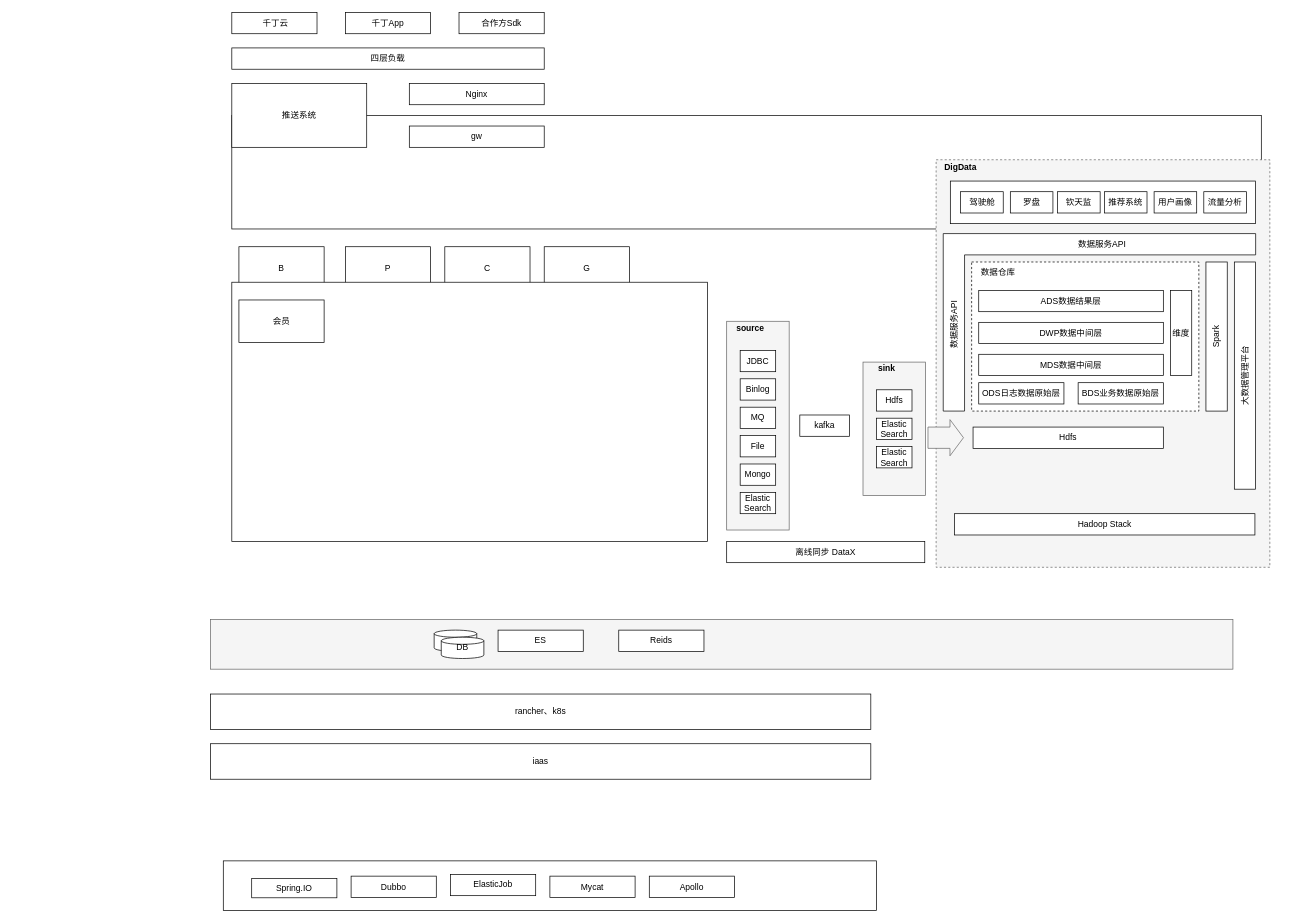
The draw.io diagram Untitled Diagram.drawio in polaris16/drawio, before the edit. Source tidied: cells renumbered, new cells numbered last; positions are measured from the earlier drawing's top-left corner, leaving out a move shared by most shapes. Both pictures are drawn from the tidied source at 71%, with x=0, y=0 at pixel (210, 12).
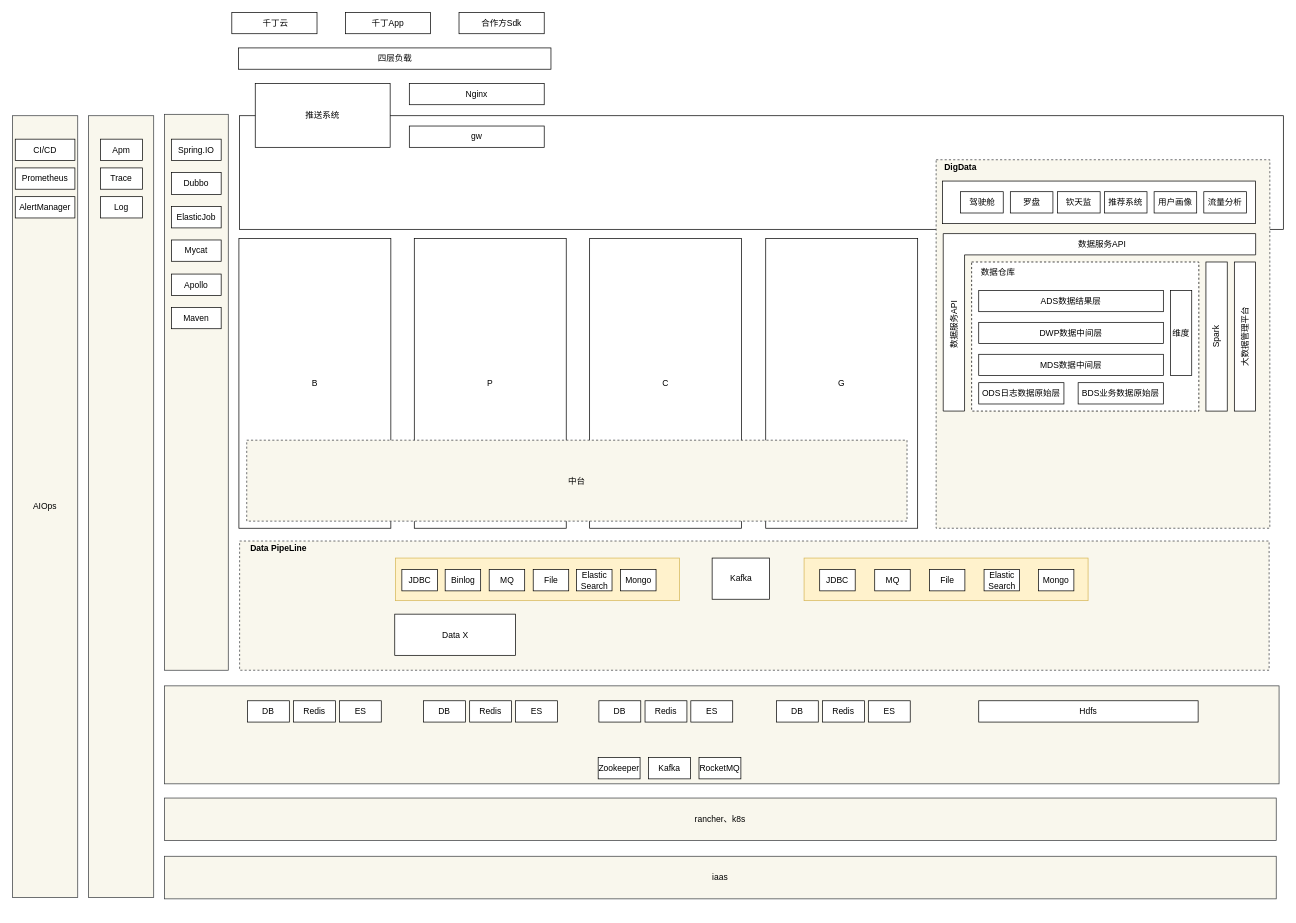
Above is the later version.

What changed in the source:
```diff
@@
-    <mxCell id="2" style="rounded=0;whiteSpace=wrap;html=1;fillColor=#f5f5f5;strokeColor=#666666;fontColor=#333333;" parent="1" vertex="1">
-      <mxGeometry x="727" y="435" width="88" height="294" as="geometry" />
-    </mxCell>
+    <mxCell id="69" style="rounded=0;whiteSpace=wrap;html=1;dashed=1;fillColor=#f9f7ed;strokeColor=#36393d;" parent="1" vertex="1">
+      <mxGeometry x="41" y="744.5" width="1450" height="182" as="geometry" />
+    </mxCell>
-    <mxCell id="3" style="rounded=0;whiteSpace=wrap;html=1;fillColor=#f5f5f5;strokeColor=#666666;fontColor=#333333;" parent="1" vertex="1">
-      <mxGeometry y="855" width="1440" height="70" as="geometry" />
+    <mxCell id="3" style="rounded=0;whiteSpace=wrap;html=1;fillColor=#f9f7ed;strokeColor=#36393d;" parent="1" vertex="1">
+      <mxGeometry x="-65" y="948.5" width="1570" height="138" as="geometry" />
     </mxCell>
     <mxCell id="4" style="rounded=0;whiteSpace=wrap;html=1;" parent="1" vertex="1">
-      <mxGeometry x="30" y="145" width="1450" height="160" as="geometry" />
+      <mxGeometry x="41" y="145.5" width="1470" height="160" as="geometry" />
     </mxCell>
-    <mxCell id="5" style="rounded=0;whiteSpace=wrap;html=1;dashed=1;fillColor=#f5f5f5;strokeColor=#666666;fontColor=#333333;" parent="1" vertex="1">
-      <mxGeometry x="1022" y="207.5" width="470" height="574" as="geometry" />
+    <mxCell id="5" style="rounded=0;whiteSpace=wrap;html=1;dashed=1;fillColor=#f9f7ed;strokeColor=#36393d;" parent="1" vertex="1">
+      <mxGeometry x="1022" y="207.5" width="470" height="519" as="geometry" />
     </mxCell>
@@
     <mxCell id="10" value="四层负载" style="rounded=0;whiteSpace=wrap;html=1;" parent="1" vertex="1">
-      <mxGeometry x="30" y="50" width="440" height="30" as="geometry" />
+      <mxGeometry x="39.5" y="50" width="440" height="30" as="geometry" />
     </mxCell>
@@
     <mxCell id="12" value="推送系统" style="rounded=0;whiteSpace=wrap;html=1;" parent="1" vertex="1">
-      <mxGeometry x="30" y="100" width="190" height="90" as="geometry" />
+      <mxGeometry x="63" y="100" width="190" height="90" as="geometry" />
     </mxCell>
     <mxCell id="13" value="B" style="rounded=0;whiteSpace=wrap;html=1;" parent="1" vertex="1">
-      <mxGeometry x="40" y="330" width="120" height="60" as="geometry" />
+      <mxGeometry x="40" y="318.5" width="214" height="408" as="geometry" />
     </mxCell>
-    <mxCell id="14" value="P" style="rounded=0;whiteSpace=wrap;html=1;" parent="1" vertex="1">
-      <mxGeometry x="190" y="330" width="120" height="60" as="geometry" />
-    </mxCell>
-    <mxCell id="15" value="C" style="rounded=0;whiteSpace=wrap;html=1;" parent="1" vertex="1">
-      <mxGeometry x="330" y="330" width="120" height="60" as="geometry" />
-    </mxCell>
-    <mxCell id="16" value="G" style="rounded=0;whiteSpace=wrap;html=1;" parent="1" vertex="1">
-      <mxGeometry x="470" y="330" width="120" height="60" as="geometry" />
-    </mxCell>
     <mxCell id="17" style="rounded=0;whiteSpace=wrap;html=1;" parent="1" vertex="1">
-      <mxGeometry x="1042" y="237.5" width="430" height="60" as="geometry" />
+      <mxGeometry x="1031" y="237.5" width="441" height="60" as="geometry" />
     </mxCell>
-    <mxCell id="18" style="rounded=0;whiteSpace=wrap;html=1;" parent="1" vertex="1">
-      <mxGeometry x="30" y="380" width="670" height="365" as="geometry" />
-    </mxCell>
-    <mxCell id="19" value="会员" style="rounded=0;whiteSpace=wrap;html=1;" parent="1" vertex="1">
-      <mxGeometry x="40" y="405" width="120" height="60" as="geometry" />
-    </mxCell>
@@
-    <mxCell id="21" value="rancher、k8s" style="rounded=0;whiteSpace=wrap;html=1;" parent="1" vertex="1">
-      <mxGeometry y="960" width="930" height="50" as="geometry" />
+    <mxCell id="21" value="rancher、k8s" style="rounded=0;whiteSpace=wrap;html=1;fillColor=#f9f7ed;strokeColor=#36393d;" parent="1" vertex="1">
+      <mxGeometry x="-65" y="1106.5" width="1566" height="60" as="geometry" />
     </mxCell>
-    <mxCell id="22" value="iaas" style="rounded=0;whiteSpace=wrap;html=1;" parent="1" vertex="1">
-      <mxGeometry y="1030" width="930" height="50" as="geometry" />
+    <mxCell id="22" value="iaas" style="rounded=0;whiteSpace=wrap;html=1;fillColor=#f9f7ed;strokeColor=#36393d;" parent="1" vertex="1">
+      <mxGeometry x="-65" y="1188.5" width="1566" height="60" as="geometry" />
     </mxCell>
-    <mxCell id="23" value="离线同步 DataX" style="rounded=0;whiteSpace=wrap;html=1;flipH=1;" parent="1" vertex="1">
-      <mxGeometry x="727" y="745" width="279" height="30" as="geometry" />
-    </mxCell>
@@
-    <mxCell id="27" style="shape=flexArrow;endArrow=classic;html=1;width=30;fillColor=#f5f5f5;strokeColor=#666666;" parent="1" edge="1">
-      <mxGeometry relative="1" as="geometry">
-        <mxPoint x="1010" y="599" as="sourcePoint" />
-        <mxPoint x="1061" y="599" as="targetPoint" />
-      </mxGeometry>
-    </mxCell>
@@
     <mxCell id="30" value="大数据管理平台" style="rounded=0;whiteSpace=wrap;html=1;verticalAlign=middle;horizontal=0;flipH=1;flipV=1;" parent="1" vertex="1">
-      <mxGeometry x="1442" y="351.5" width="30" height="320" as="geometry" />
+      <mxGeometry x="1442" y="351.5" width="30" height="210" as="geometry" />
     </mxCell>
@@
-    <mxCell id="34" value="Hadoop Stack" style="rounded=0;whiteSpace=wrap;html=1;" parent="1" vertex="1">
-      <mxGeometry x="1048" y="706" width="423" height="30" as="geometry" />
-    </mxCell>
@@
-    <mxCell id="45" style="strokeWidth=1;html=1;shape=mxgraph.flowchart.database;whiteSpace=wrap;" parent="1" vertex="1">
-      <mxGeometry x="315" y="870" width="60" height="30" as="geometry" />
-    </mxCell>
-    <mxCell id="46" value="DB" style="strokeWidth=1;html=1;shape=mxgraph.flowchart.database;whiteSpace=wrap;" parent="1" vertex="1">
-      <mxGeometry x="325" y="880" width="60" height="30" as="geometry" />
-    </mxCell>
-    <mxCell id="47" value="ES" style="rounded=0;whiteSpace=wrap;html=1;strokeWidth=1;" parent="1" vertex="1">
-      <mxGeometry x="405" y="870" width="120" height="30" as="geometry" />
-    </mxCell>
-    <mxCell id="48" value="Reids" style="rounded=0;whiteSpace=wrap;html=1;strokeWidth=1;" parent="1" vertex="1">
-      <mxGeometry x="575" y="870" width="120" height="30" as="geometry" />
-    </mxCell>
-    <mxCell id="49" style="rounded=0;whiteSpace=wrap;html=1;" parent="1" vertex="1">
-      <mxGeometry x="18" y="1195" width="920" height="70" as="geometry" />
+    <mxCell id="49" style="rounded=0;whiteSpace=wrap;html=1;fillColor=#f9f7ed;strokeColor=#36393d;" parent="1" vertex="1">
+      <mxGeometry x="-172" y="145.5" width="92" height="1101" as="geometry" />
     </mxCell>
+    <mxCell id="67" value="Hdfs" style="rounded=0;whiteSpace=wrap;html=1;" parent="1" vertex="1">
+      <mxGeometry x="1082" y="969.5" width="309" height="30" as="geometry" />
+    </mxCell>
+    <mxCell id="16" value="G" style="rounded=0;whiteSpace=wrap;html=1;" parent="1" vertex="1">
+      <mxGeometry x="782" y="318.5" width="214" height="408" as="geometry" />
+    </mxCell>
+    <mxCell id="70" value="DB" style="rounded=0;whiteSpace=wrap;html=1;strokeWidth=1;" parent="1" vertex="1">
+      <mxGeometry x="52" y="969.5" width="59" height="30" as="geometry" />
+    </mxCell>
+    <mxCell id="71" value="ES" style="rounded=0;whiteSpace=wrap;html=1;strokeWidth=1;" parent="1" vertex="1">
+      <mxGeometry x="181.5" y="969.5" width="59" height="30" as="geometry" />
+    </mxCell>
+    <mxCell id="72" value="Redis" style="rounded=0;whiteSpace=wrap;html=1;strokeWidth=1;" parent="1" vertex="1">
+      <mxGeometry x="117" y="969.5" width="59" height="30" as="geometry" />
+    </mxCell>
+    <mxCell id="73" value="Apm" style="rounded=0;whiteSpace=wrap;html=1;strokeWidth=1;" parent="1" vertex="1">
+      <mxGeometry x="-155" y="178.5" width="59" height="30" as="geometry" />
+    </mxCell>
+    <mxCell id="74" value="Trace" style="rounded=0;whiteSpace=wrap;html=1;strokeWidth=1;" parent="1" vertex="1">
+      <mxGeometry x="-155" y="219" width="59" height="30" as="geometry" />
+    </mxCell>
+    <mxCell id="75" value="Log" style="rounded=0;whiteSpace=wrap;html=1;strokeWidth=1;" parent="1" vertex="1">
+      <mxGeometry x="-155" y="259.5" width="59" height="30" as="geometry" />
+    </mxCell>
+    <mxCell id="76" value="AIOps" style="rounded=0;whiteSpace=wrap;html=1;fillColor=#f9f7ed;strokeColor=#36393d;" parent="1" vertex="1">
+      <mxGeometry x="-279" y="145.5" width="92" height="1101" as="geometry" />
+    </mxCell>
+    <mxCell id="77" style="rounded=0;whiteSpace=wrap;html=1;fillColor=#f9f7ed;strokeColor=#36393d;" parent="1" vertex="1">
+      <mxGeometry x="-65" y="143.5" width="90" height="783" as="geometry" />
+    </mxCell>
+    <mxCell id="51" value="Dubbo" style="rounded=0;whiteSpace=wrap;html=1;strokeWidth=1;" parent="1" vertex="1">
+      <mxGeometry x="-55" y="225.5" width="70" height="31" as="geometry" />
+    </mxCell>
     <mxCell id="50" value="Spring.IO" style="rounded=0;whiteSpace=wrap;html=1;strokeWidth=1;" parent="1" vertex="1">
-      <mxGeometry x="58" y="1220" width="120" height="27" as="geometry" />
+      <mxGeometry x="-55" y="178.5" width="70" height="30" as="geometry" />
     </mxCell>
-    <mxCell id="51" value="Dubbo" style="rounded=0;whiteSpace=wrap;html=1;strokeWidth=1;" parent="1" vertex="1">
-      <mxGeometry x="198" y="1216.5" width="120" height="30" as="geometry" />
-    </mxCell>
     <mxCell id="52" value="ElasticJob" style="rounded=0;whiteSpace=wrap;html=1;strokeWidth=1;" parent="1" vertex="1">
-      <mxGeometry x="338" y="1214" width="120" height="30" as="geometry" />
+      <mxGeometry x="-55" y="273.5" width="70" height="30" as="geometry" />
     </mxCell>
     <mxCell id="53" value="Mycat" style="rounded=0;whiteSpace=wrap;html=1;strokeWidth=1;" parent="1" vertex="1">
-      <mxGeometry x="478" y="1216.5" width="120" height="30" as="geometry" />
+      <mxGeometry x="-55" y="320.5" width="70" height="30" as="geometry" />
     </mxCell>
     <mxCell id="54" value="Apollo" style="rounded=0;whiteSpace=wrap;html=1;strokeWidth=1;" parent="1" vertex="1">
-      <mxGeometry x="618" y="1216.5" width="120" height="30" as="geometry" />
+      <mxGeometry x="-55" y="368.5" width="70" height="30" as="geometry" />
     </mxCell>
-    <mxCell id="55" value="kafka" style="rounded=0;whiteSpace=wrap;html=1;" parent="1" vertex="1">
-      <mxGeometry x="830" y="567" width="70" height="30" as="geometry" />
-    </mxCell>
-    <mxCell id="56" value="JDBC" style="rounded=0;whiteSpace=wrap;html=1;flipV=1;" parent="1" vertex="1">
-      <mxGeometry x="746" y="476" width="50" height="30" as="geometry" />
-    </mxCell>
+    <mxCell id="78" value="Maven" style="rounded=0;whiteSpace=wrap;html=1;strokeWidth=1;" parent="1" vertex="1">
+      <mxGeometry x="-55" y="415.5" width="70" height="30" as="geometry" />
+    </mxCell>
+    <mxCell id="79" value="Kafka" style="rounded=0;whiteSpace=wrap;html=1;strokeWidth=1;" parent="1" vertex="1">
+      <mxGeometry x="706.5" y="768.5" width="81" height="58" as="geometry" />
+    </mxCell>
+    <mxCell id="80" value="CI/CD" style="rounded=0;whiteSpace=wrap;html=1;strokeWidth=1;" parent="1" vertex="1">
+      <mxGeometry x="-275" y="178.5" width="84" height="30" as="geometry" />
+    </mxCell>
+    <mxCell id="81" value="Prometheus" style="rounded=0;whiteSpace=wrap;html=1;strokeWidth=1;" parent="1" vertex="1">
+      <mxGeometry x="-275" y="219" width="84" height="30" as="geometry" />
+    </mxCell>
+    <mxCell id="82" value="AlertManager" style="rounded=0;whiteSpace=wrap;html=1;strokeWidth=1;" parent="1" vertex="1">
+      <mxGeometry x="-275" y="259.5" width="84" height="30" as="geometry" />
+    </mxCell>
+    <mxCell id="83" value="Zookeeper" style="rounded=0;whiteSpace=wrap;html=1;strokeWidth=1;" parent="1" vertex="1">
+      <mxGeometry x="546" y="1049.5" width="59" height="30" as="geometry" />
+    </mxCell>
+    <mxCell id="84" style="rounded=0;whiteSpace=wrap;html=1;flipH=1;fillColor=#fff2cc;strokeColor=#d6b656;" parent="1" vertex="1">
+      <mxGeometry x="260.5" y="768.5" width="400" height="60" as="geometry" />
+    </mxCell>
+    <mxCell id="85" value="JDBC" style="rounded=0;whiteSpace=wrap;html=1;flipV=1;" parent="1" vertex="1">
+      <mxGeometry x="269.5" y="784.7" width="50" height="30" as="geometry" />
+    </mxCell>
     <mxCell id="57" value="Binlog" style="rounded=0;whiteSpace=wrap;html=1;flipV=1;" parent="1" vertex="1">
-      <mxGeometry x="746" y="516" width="50" height="30" as="geometry" />
+      <mxGeometry x="330.5" y="784.7" width="50" height="30" as="geometry" />
     </mxCell>
-    <mxCell id="58" value="MQ" style="rounded=0;whiteSpace=wrap;html=1;flipV=1;" parent="1" vertex="1">
-      <mxGeometry x="746" y="556" width="50" height="30" as="geometry" />
-    </mxCell>
-    <mxCell id="59" value="File" style="rounded=0;whiteSpace=wrap;html=1;flipV=1;" parent="1" vertex="1">
-      <mxGeometry x="746" y="596" width="50" height="30" as="geometry" />
-    </mxCell>
-    <mxCell id="60" value="Mongo" style="rounded=0;whiteSpace=wrap;html=1;flipV=1;" parent="1" vertex="1">
-      <mxGeometry x="746" y="636" width="50" height="30" as="geometry" />
-    </mxCell>
-    <mxCell id="61" value="Elastic&lt;br&gt;Search&lt;br&gt;" style="rounded=0;whiteSpace=wrap;html=1;flipV=1;" parent="1" vertex="1">
-      <mxGeometry x="746" y="676" width="50" height="30" as="geometry" />
-    </mxCell>
-    <mxCell id="62" value="&lt;b&gt;source&lt;/b&gt;" style="text;html=1;strokeColor=none;fillColor=none;align=center;verticalAlign=middle;whiteSpace=wrap;rounded=0;dashed=1;" parent="1" vertex="1">
-      <mxGeometry x="726" y="435" width="69" height="20" as="geometry" />
-    </mxCell>
-    <mxCell id="63" style="rounded=0;whiteSpace=wrap;html=1;fillColor=#f5f5f5;strokeColor=#666666;fontColor=#333333;" parent="1" vertex="1">
-      <mxGeometry x="919" y="492.5" width="88" height="188" as="geometry" />
-    </mxCell>
-    <mxCell id="64" value="Hdfs" style="rounded=0;whiteSpace=wrap;html=1;" parent="1" vertex="1">
-      <mxGeometry x="938" y="531.5" width="50" height="30" as="geometry" />
-    </mxCell>
-    <mxCell id="65" value="Elastic&lt;br&gt;Search" style="rounded=0;whiteSpace=wrap;html=1;" parent="1" vertex="1">
-      <mxGeometry x="938" y="571.5" width="50" height="30" as="geometry" />
-    </mxCell>
-    <mxCell id="66" value="&lt;b&gt;sink&lt;/b&gt;" style="text;html=1;strokeColor=none;fillColor=none;align=center;verticalAlign=middle;whiteSpace=wrap;rounded=0;dashed=1;" parent="1" vertex="1">
-      <mxGeometry x="918" y="492" width="69" height="20" as="geometry" />
-    </mxCell>
-    <mxCell id="67" value="Hdfs" style="rounded=0;whiteSpace=wrap;html=1;" parent="1" vertex="1">
-      <mxGeometry x="1074" y="584" width="268" height="30" as="geometry" />
-    </mxCell>
-    <mxCell id="68" value="Elastic&lt;br&gt;Search" style="rounded=0;whiteSpace=wrap;html=1;" parent="1" vertex="1">
-      <mxGeometry x="938" y="611.5" width="50" height="30" as="geometry" />
-    </mxCell>
+    <mxCell id="86" value="MQ" style="rounded=0;whiteSpace=wrap;html=1;flipV=1;" parent="1" vertex="1">
+      <mxGeometry x="392.5" y="784.7" width="50" height="30" as="geometry" />
+    </mxCell>
+    <mxCell id="87" value="File" style="rounded=0;whiteSpace=wrap;html=1;flipV=1;" parent="1" vertex="1">
+      <mxGeometry x="454.5" y="784.7" width="50" height="30" as="geometry" />
+    </mxCell>
+    <mxCell id="88" value="Mongo" style="rounded=0;whiteSpace=wrap;html=1;flipV=1;" parent="1" vertex="1">
+      <mxGeometry x="577.5" y="784.7" width="50" height="30" as="geometry" />
+    </mxCell>
+    <mxCell id="89" value="Elastic&lt;br&gt;Search&lt;br&gt;" style="rounded=0;whiteSpace=wrap;html=1;flipV=1;" parent="1" vertex="1">
+      <mxGeometry x="515.5" y="784.7" width="50" height="30" as="geometry" />
+    </mxCell>
+    <mxCell id="90" style="rounded=0;whiteSpace=wrap;html=1;flipH=1;fillColor=#fff2cc;strokeColor=#d6b656;" parent="1" vertex="1">
+      <mxGeometry x="836" y="768.5" width="400" height="60" as="geometry" />
+    </mxCell>
+    <mxCell id="14" value="P" style="rounded=0;whiteSpace=wrap;html=1;" parent="1" vertex="1">
+      <mxGeometry x="287" y="318.5" width="214" height="408" as="geometry" />
+    </mxCell>
+    <mxCell id="15" value="C" style="rounded=0;whiteSpace=wrap;html=1;" parent="1" vertex="1">
+      <mxGeometry x="534" y="318.5" width="214" height="408" as="geometry" />
+    </mxCell>
+    <mxCell id="91" value="DB" style="rounded=0;whiteSpace=wrap;html=1;strokeWidth=1;" parent="1" vertex="1">
+      <mxGeometry x="300" y="969.5" width="59" height="30" as="geometry" />
+    </mxCell>
+    <mxCell id="92" value="ES" style="rounded=0;whiteSpace=wrap;html=1;strokeWidth=1;" parent="1" vertex="1">
+      <mxGeometry x="429.5" y="969.5" width="59" height="30" as="geometry" />
+    </mxCell>
+    <mxCell id="93" value="Redis" style="rounded=0;whiteSpace=wrap;html=1;strokeWidth=1;" parent="1" vertex="1">
+      <mxGeometry x="365" y="969.5" width="59" height="30" as="geometry" />
+    </mxCell>
+    <mxCell id="94" value="DB" style="rounded=0;whiteSpace=wrap;html=1;strokeWidth=1;" parent="1" vertex="1">
+      <mxGeometry x="547" y="969.5" width="59" height="30" as="geometry" />
+    </mxCell>
+    <mxCell id="95" value="ES" style="rounded=0;whiteSpace=wrap;html=1;strokeWidth=1;" parent="1" vertex="1">
+      <mxGeometry x="676.5" y="969.5" width="59" height="30" as="geometry" />
+    </mxCell>
+    <mxCell id="96" value="Redis" style="rounded=0;whiteSpace=wrap;html=1;strokeWidth=1;" parent="1" vertex="1">
+      <mxGeometry x="612" y="969.5" width="59" height="30" as="geometry" />
+    </mxCell>
+    <mxCell id="97" value="DB" style="rounded=0;whiteSpace=wrap;html=1;strokeWidth=1;" parent="1" vertex="1">
+      <mxGeometry x="797" y="969.5" width="59" height="30" as="geometry" />
+    </mxCell>
+    <mxCell id="98" value="ES" style="rounded=0;whiteSpace=wrap;html=1;strokeWidth=1;" parent="1" vertex="1">
+      <mxGeometry x="926.5" y="969.5" width="59" height="30" as="geometry" />
+    </mxCell>
+    <mxCell id="99" value="Redis" style="rounded=0;whiteSpace=wrap;html=1;strokeWidth=1;" parent="1" vertex="1">
+      <mxGeometry x="862" y="969.5" width="59" height="30" as="geometry" />
+    </mxCell>
+    <mxCell id="100" value="JDBC" style="rounded=0;whiteSpace=wrap;html=1;flipV=1;" parent="1" vertex="1">
+      <mxGeometry x="858" y="784.7" width="50" height="30" as="geometry" />
+    </mxCell>
+    <mxCell id="101" value="MQ" style="rounded=0;whiteSpace=wrap;html=1;flipV=1;" parent="1" vertex="1">
+      <mxGeometry x="935.5" y="784.7" width="50" height="30" as="geometry" />
+    </mxCell>
+    <mxCell id="102" value="File" style="rounded=0;whiteSpace=wrap;html=1;flipV=1;" parent="1" vertex="1">
+      <mxGeometry x="1012.5" y="784.7" width="50" height="30" as="geometry" />
+    </mxCell>
+    <mxCell id="103" value="Mongo" style="rounded=0;whiteSpace=wrap;html=1;flipV=1;" parent="1" vertex="1">
+      <mxGeometry x="1166" y="784.7" width="50" height="30" as="geometry" />
+    </mxCell>
+    <mxCell id="104" value="Elastic&lt;br&gt;Search&lt;br&gt;" style="rounded=0;whiteSpace=wrap;html=1;flipV=1;" parent="1" vertex="1">
+      <mxGeometry x="1089.5" y="784.7" width="50" height="30" as="geometry" />
+    </mxCell>
+    <mxCell id="105" value="Data X" style="rounded=0;whiteSpace=wrap;html=1;strokeWidth=1;" parent="1" vertex="1">
+      <mxGeometry x="259.5" y="847.5" width="170" height="58" as="geometry" />
+    </mxCell>
+    <mxCell id="106" value="Kafka" style="rounded=0;whiteSpace=wrap;html=1;strokeWidth=1;" parent="1" vertex="1">
+      <mxGeometry x="617" y="1049.5" width="59" height="30" as="geometry" />
+    </mxCell>
+    <mxCell id="107" value="RocketMQ" style="rounded=0;whiteSpace=wrap;html=1;strokeWidth=1;" parent="1" vertex="1">
+      <mxGeometry x="688" y="1049.5" width="59" height="30" as="geometry" />
+    </mxCell>
+    <mxCell id="108" value="&lt;b&gt;Data PipeLine&lt;/b&gt;" style="text;html=1;strokeColor=none;fillColor=none;align=center;verticalAlign=middle;whiteSpace=wrap;rounded=0;dashed=1;" parent="1" vertex="1">
+      <mxGeometry x="41" y="744.5" width="110" height="20" as="geometry" />
+    </mxCell>
+    <mxCell id="109" value="中台" style="rounded=0;whiteSpace=wrap;html=1;dashed=1;fillColor=#f9f7ed;strokeColor=#36393d;" parent="1" vertex="1">
+      <mxGeometry x="51" y="602.5" width="930" height="114" as="geometry" />
+    </mxCell>
```
